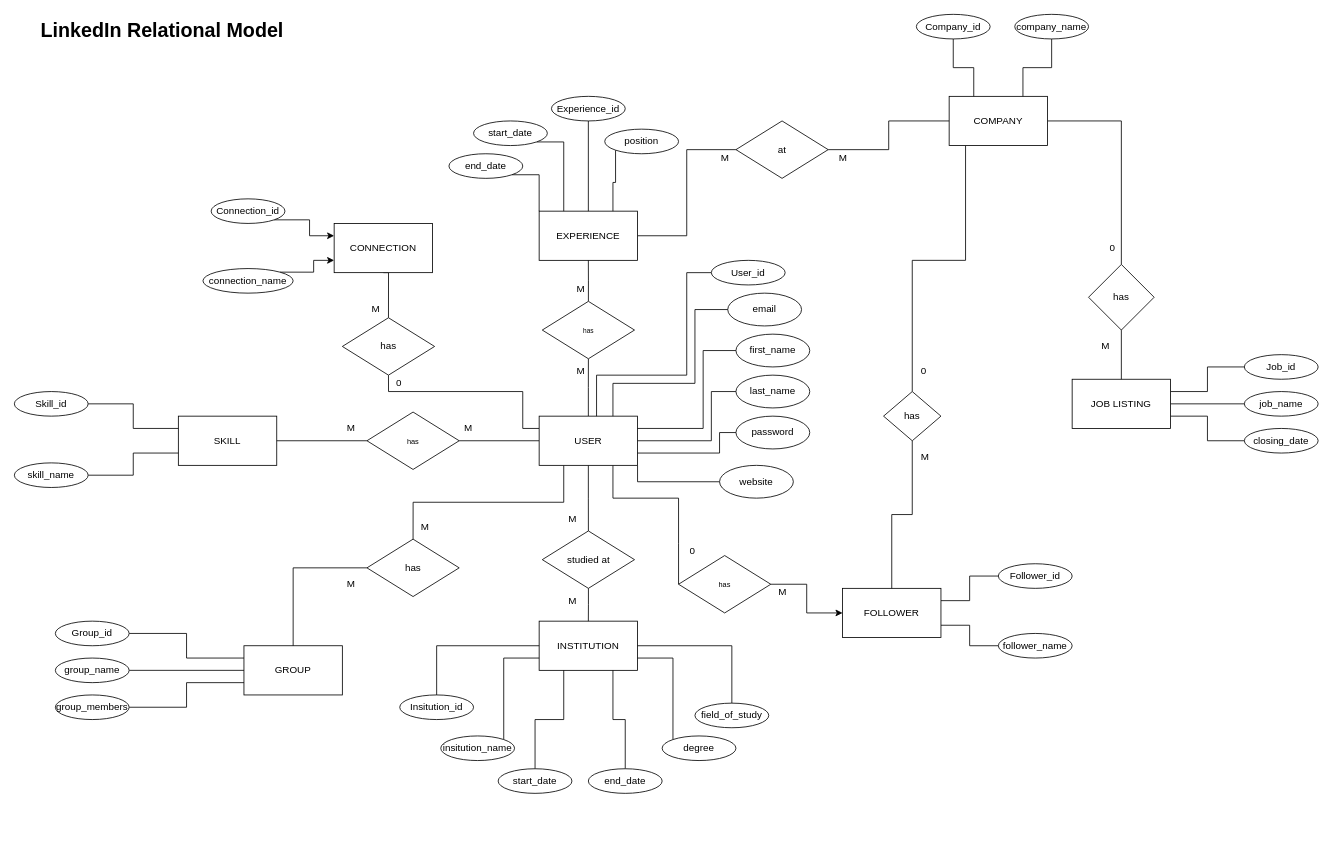
This is LinkedIn Relationship model.drawio from jordansaker/ERDs, a draw.io file, before an edit. Source tidied: cells renumbered, new cells numbered last; positions are measured from the earlier drawing's top-left corner, leaving out a move shared by most shapes. Both pictures are drawn from the tidied source at 82%, with x=0, y=0 at pixel (14, 14).
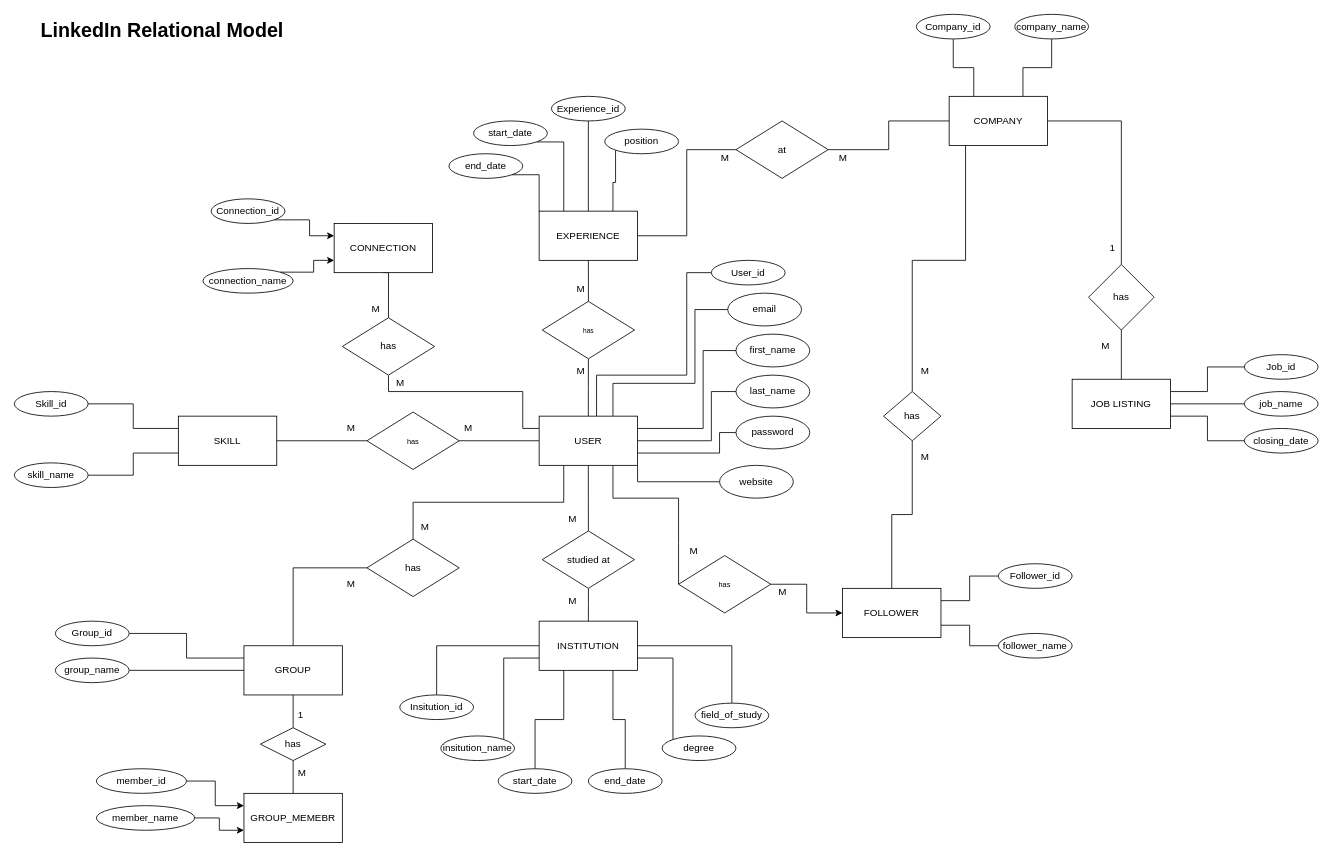
After the change.

The change refers to these unchanged cells:
```xml
<mxCell id="21" value="GROUP" style="rounded=0;whiteSpace=wrap;html=1;" parent="1" vertex="1">
  <mxGeometry x="280" y="770" width="120" height="60" as="geometry" />
</mxCell>
```

Diff of the diagram source:
```diff
@@
+    <mxCell id="117" style="edgeStyle=orthogonalEdgeStyle;rounded=0;jettySize=auto;html=1;endArrow=none;endFill=0;" parent="1" edge="1" source="21">
+      <mxGeometry relative="1" as="geometry">
+        <mxPoint x="340" y="870" as="targetPoint" />
+      </mxGeometry>
+    </mxCell>
@@
-    <mxCell id="60" style="edgeStyle=orthogonalEdgeStyle;rounded=0;jettySize=auto;html=1;exitX=1;exitY=0.5;exitDx=0;exitDy=0;entryX=0;entryY=0.75;entryDx=0;entryDy=0;endArrow=none;endFill=0;" parent="1" edge="1" source="61" target="21">
-      <mxGeometry relative="1" as="geometry" />
-    </mxCell>
-    <mxCell id="61" value="group_members" style="ellipse;whiteSpace=wrap;html=1;" parent="1" vertex="1">
-      <mxGeometry x="50" y="830" width="90" height="30" as="geometry" />
-    </mxCell>
@@
-    <mxCell id="95" value="0" style="text;strokeColor=none;fillColor=none;align=left;verticalAlign=middle;spacingLeft=4;spacingRight=4;overflow=hidden;whiteSpace=wrap;html=1;" parent="1" vertex="1">
+    <mxCell id="95" value="M" style="text;strokeColor=none;fillColor=none;align=left;verticalAlign=middle;spacingLeft=4;spacingRight=4;overflow=hidden;whiteSpace=wrap;html=1;" parent="1" vertex="1">
       <mxGeometry x="460" y="435" width="20" height="30" as="geometry" />
     </mxCell>
@@
-    <mxCell id="102" value="0" style="text;strokeColor=none;fillColor=none;align=left;verticalAlign=middle;spacingLeft=4;spacingRight=4;overflow=hidden;whiteSpace=wrap;html=1;" parent="1" vertex="1">
+    <mxCell id="102" value="1" style="text;strokeColor=none;fillColor=none;align=left;verticalAlign=middle;spacingLeft=4;spacingRight=4;overflow=hidden;whiteSpace=wrap;html=1;" parent="1" vertex="1">
       <mxGeometry x="1330" y="270" width="20" height="30" as="geometry" />
     </mxCell>
-    <mxCell id="103" value="0" style="text;strokeColor=none;fillColor=none;align=left;verticalAlign=middle;spacingLeft=4;spacingRight=4;overflow=hidden;whiteSpace=wrap;html=1;" parent="1" vertex="1">
+    <mxCell id="103" value="M" style="text;strokeColor=none;fillColor=none;align=left;verticalAlign=middle;spacingLeft=4;spacingRight=4;overflow=hidden;whiteSpace=wrap;html=1;" parent="1" vertex="1">
       <mxGeometry x="1100" y="420" width="20" height="30" as="geometry" />
     </mxCell>
@@
-    <mxCell id="110" value="0" style="text;strokeColor=none;fillColor=none;align=left;verticalAlign=middle;spacingLeft=4;spacingRight=4;overflow=hidden;whiteSpace=wrap;html=1;" parent="1" vertex="1">
+    <mxCell id="110" value="M" style="text;strokeColor=none;fillColor=none;align=left;verticalAlign=middle;spacingLeft=4;spacingRight=4;overflow=hidden;whiteSpace=wrap;html=1;" parent="1" vertex="1">
       <mxGeometry x="818" y="640" width="20" height="30" as="geometry" />
     </mxCell>
@@
+    <mxCell id="118" value="GROUP_MEMEBR" style="rounded=0;whiteSpace=wrap;html=1;" parent="1" vertex="1">
+      <mxGeometry x="280" y="950" width="120" height="60" as="geometry" />
+    </mxCell>
+    <mxCell id="119" style="edgeStyle=orthogonalEdgeStyle;rounded=0;jettySize=auto;html=1;exitX=0.5;exitY=1;exitDx=0;exitDy=0;entryX=0.5;entryY=0;entryDx=0;entryDy=0;endArrow=none;endFill=0;" parent="1" edge="1" source="120" target="118">
+      <mxGeometry relative="1" as="geometry" />
+    </mxCell>
+    <mxCell id="120" value="has" style="rhombus;whiteSpace=wrap;html=1;rounded=0;" parent="1" vertex="1">
+      <mxGeometry x="300" y="870" width="80" height="40" as="geometry" />
+    </mxCell>
+    <mxCell id="121" value="M" style="text;strokeColor=none;fillColor=none;align=left;verticalAlign=middle;spacingLeft=4;spacingRight=4;overflow=hidden;whiteSpace=wrap;html=1;" parent="1" vertex="1">
+      <mxGeometry x="340" y="910" width="20" height="30" as="geometry" />
+    </mxCell>
+    <mxCell id="122" value="1" style="text;strokeColor=none;fillColor=none;align=left;verticalAlign=middle;spacingLeft=4;spacingRight=4;overflow=hidden;whiteSpace=wrap;html=1;" parent="1" vertex="1">
+      <mxGeometry x="340" y="840" width="20" height="30" as="geometry" />
+    </mxCell>
+    <mxCell id="123" style="edgeStyle=orthogonalEdgeStyle;rounded=0;jettySize=auto;html=1;exitX=1;exitY=0.5;exitDx=0;exitDy=0;entryX=0;entryY=0.25;entryDx=0;entryDy=0;" parent="1" edge="1" source="124" target="118">
+      <mxGeometry relative="1" as="geometry" />
+    </mxCell>
+    <mxCell id="124" value="member_id" style="ellipse;whiteSpace=wrap;html=1;" parent="1" vertex="1">
+      <mxGeometry x="100" y="920" width="110" height="30" as="geometry" />
+    </mxCell>
+    <mxCell id="125" style="edgeStyle=orthogonalEdgeStyle;rounded=0;jettySize=auto;html=1;exitX=1;exitY=0.5;exitDx=0;exitDy=0;entryX=0;entryY=0.75;entryDx=0;entryDy=0;" parent="1" edge="1" source="126" target="118">
+      <mxGeometry relative="1" as="geometry" />
+    </mxCell>
+    <mxCell id="126" value="member_name" style="ellipse;whiteSpace=wrap;html=1;" parent="1" vertex="1">
+      <mxGeometry x="100" y="965" width="120" height="30" as="geometry" />
+    </mxCell>
```
